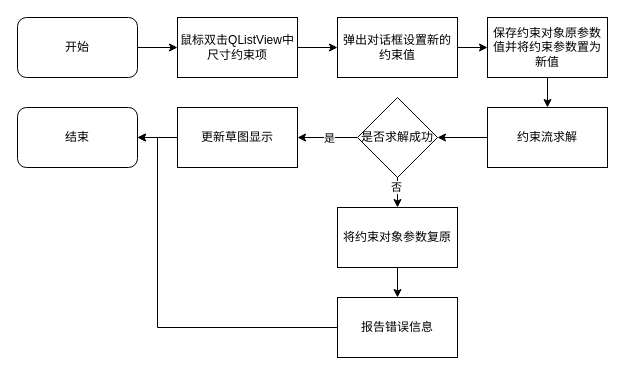
This is 尺寸约束修改.drawio from liuhuliuhu123/First-test, a draw.io file, before an edit. Source tidied: cells renumbered, new cells numbered last; positions are measured from the earlier drawing's top-left corner, leaving out a move shared by most shapes. Both pictures are drawn from the tidied source at 100%, with x=0, y=0 at pixel (17, 17).
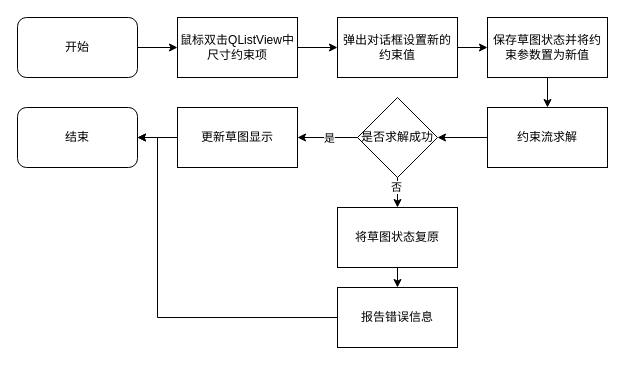
After the change.

Commit message (it also covers changes not shown here):
更新尺寸约束修改.drawio

Unchanged cells that the change refers to:
```xml
<mxCell id="23" value="结束" style="rounded=1;whiteSpace=wrap;html=1;" parent="1" vertex="1">
  <mxGeometry y="90" width="120" height="60" as="geometry" />
</mxCell>
```

What changed in the source:
```diff
@@
-    <mxCell id="18" value="保存约束对象原参数值并将约束参数置为新值" style="rounded=0;whiteSpace=wrap;html=1;" parent="1" vertex="1">
+    <mxCell id="18" value="保存草图状态并将约束参数置为新值" style="rounded=0;whiteSpace=wrap;html=1;" parent="1" vertex="1">
       <mxGeometry x="470" width="120" height="60" as="geometry" />
     </mxCell>
@@
-    <mxCell id="20" value="将约束对象参数复原" style="rounded=0;whiteSpace=wrap;html=1;" parent="1" vertex="1">
+    <mxCell id="20" value="将草图状态复原" style="rounded=0;whiteSpace=wrap;html=1;" parent="1" vertex="1">
       <mxGeometry x="320" y="190" width="120" height="60" as="geometry" />
     </mxCell>
     <mxCell id="21" style="edgeStyle=orthogonalEdgeStyle;rounded=0;jettySize=auto;html=1;entryX=1;entryY=0.5;entryDx=0;entryDy=0;" parent="1" edge="1" source="22" target="23">
       <mxGeometry relative="1" as="geometry">
         <Array as="points">
-          <mxPoint x="140" y="310" />
+          <mxPoint x="140" y="300" />
           <mxPoint x="140" y="120" />
         </Array>
       </mxGeometry>
     </mxCell>
     <mxCell id="22" value="报告错误信息" style="rounded=0;whiteSpace=wrap;html=1;" parent="1" vertex="1">
-      <mxGeometry x="320" y="280" width="120" height="60" as="geometry" />
+      <mxGeometry x="320" y="270" width="120" height="60" as="geometry" />
     </mxCell>
```
